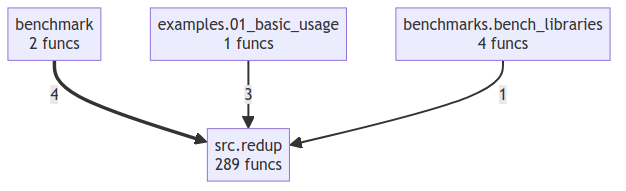
semcod/redup keeps this Mermaid diagram as project/compact_flow.png. Above is the earlier version. Its source is kept beside it as project/compact_flow.mmd.
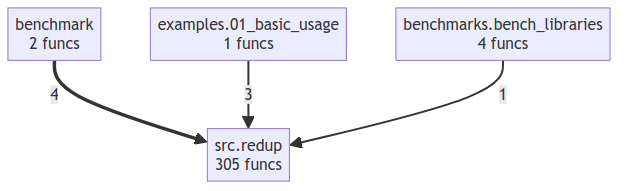
The same file after the commit.

Change to the diagram source:
```diff
@@ -1,8 +1,8 @@
 flowchart TD
     benchmark["benchmark<br/>2 funcs"]
-    benchmarks_bench_libraries["benchmarks.bench_libraries<br/>4 funcs"]
-    examples_01_basic_usage["examples.01_basic_usage<br/>1 funcs"]
-    src_redup["src.redup<br/>289 funcs"]
-    benchmark ==>|4| src_redup
-    examples_01_basic_usage -->|3| src_redup
-    benchmarks_bench_libraries -->|1| src_redup
+    benchmarks__bench_libraries["benchmarks.bench_libraries<br/>4 funcs"]
+    examples__01_basic_usage["examples.01_basic_usage<br/>1 funcs"]
+    src__redup["src.redup<br/>305 funcs"]
+    benchmark ==>|4| src__redup
+    examples__01_basic_usage -->|3| src__redup
+    benchmarks__bench_libraries -->|1| src__redup
```
